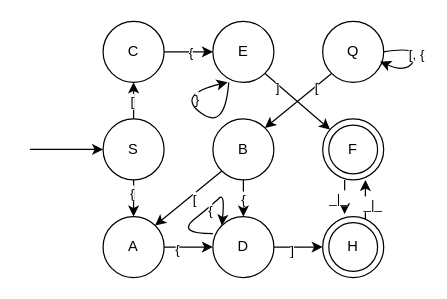
lyudmilareshetyuk/draw.io keeps this draw.io diagram as КА.drawio. Above is the earlier version. Source tidied: cells renumbered, new cells numbered last; positions are measured from the earlier drawing's top-left corner, leaving out a move shared by most shapes. Both pictures are drawn from the tidied source at 122%, with x=0, y=0 at pixel (29, 21).
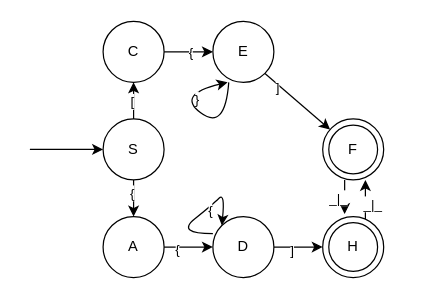
After the change.

Unchanged cells that the change refers to:
```xml
<mxCell id="6" value="D" style="ellipse;whiteSpace=wrap;html=1;" parent="1" vertex="1">
  <mxGeometry x="150" y="160" width="50" height="50" as="geometry" />
</mxCell>
<mxCell id="9" value="A" style="ellipse;whiteSpace=wrap;html=1;" parent="1" vertex="1">
  <mxGeometry x="60" y="160" width="50" height="50" as="geometry" />
</mxCell>
```

Diff of the diagram source:
```diff
@@
-    <mxCell id="10" style="edgeStyle=orthogonalEdgeStyle;rounded=0;jettySize=auto;html=1;entryX=0.5;entryY=0;entryDx=0;entryDy=0;" parent="1" edge="1" source="12" target="6">
-      <mxGeometry relative="1" as="geometry" />
-    </mxCell>
-    <mxCell id="11" value="{" style="edgeLabel;html=1;align=center;verticalAlign=middle;" parent="10" vertex="1">
-      <mxGeometry x="0.4" y="-1" relative="1" as="geometry" />
-    </mxCell>
-    <mxCell id="12" value="B" style="ellipse;whiteSpace=wrap;html=1;" parent="1" vertex="1">
-      <mxGeometry x="150" y="80" width="50" height="50" as="geometry" />
-    </mxCell>
@@
-    <mxCell id="18" value="Q" style="ellipse;whiteSpace=wrap;html=1;" parent="1" vertex="1">
-      <mxGeometry x="240" width="50" height="50" as="geometry" />
-    </mxCell>
@@
-    <mxCell id="32" style="endArrow=classic;html=1;rounded=0;exitX=0;exitY=1;exitDx=0;exitDy=0;entryX=1;entryY=0;entryDx=0;entryDy=0;" parent="1" edge="1" source="18" target="12">
-      <mxGeometry relative="1" as="geometry" />
-    </mxCell>
-    <mxCell id="33" value="[" style="edgeLabel;html=1;align=center;verticalAlign=middle;" parent="32" vertex="1">
-      <mxGeometry x="-0.52" relative="1" as="geometry" />
-    </mxCell>
-    <mxCell id="34" style="endArrow=classic;html=1;rounded=0;exitX=0;exitY=1;exitDx=0;exitDy=0;entryX=1;entryY=0;entryDx=0;entryDy=0;" parent="1" edge="1" source="12" target="9">
-      <mxGeometry relative="1" as="geometry" />
-    </mxCell>
-    <mxCell id="35" value="[" style="edgeLabel;html=1;align=center;verticalAlign=middle;" parent="34" vertex="1">
-      <mxGeometry x="-0.09" y="3" relative="1" as="geometry" />
-    </mxCell>
@@
-    <mxCell id="40" style="curved=1;endArrow=classic;html=1;rounded=0;exitX=1;exitY=0.5;exitDx=0;exitDy=0;entryX=0.94;entryY=0.66;entryDx=0;entryDy=0;entryPerimeter=0;" parent="1" edge="1" source="18" target="18">
-      <mxGeometry relative="1" as="geometry">
-        <Array as="points">
-          <mxPoint x="320" y="20" />
-          <mxPoint x="310" y="43" />
-        </Array>
-      </mxGeometry>
-    </mxCell>
-    <mxCell id="41" value="[, {" style="edgeLabel;html=1;align=center;verticalAlign=middle;" parent="40" vertex="1">
-      <mxGeometry x="-0.06" relative="1" as="geometry" />
-    </mxCell>
```
